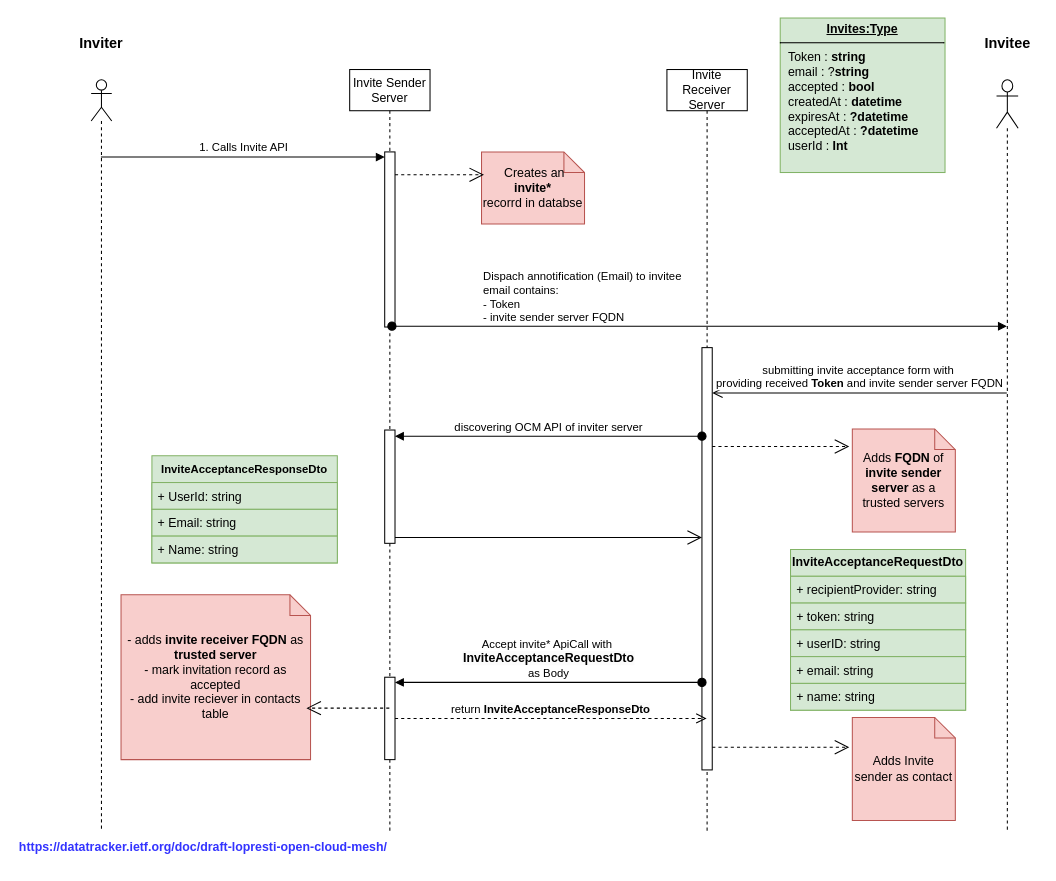
Earlier version of the draw.io diagram invite-flow.drawio (cs3org/OCM-API). Source tidied: cells renumbered, new cells numbered last; positions are measured from the earlier drawing's top-left corner, leaving out a move shared by most shapes. Both pictures are drawn from the tidied source at 103%, with x=0, y=0 at pixel (18, 18).
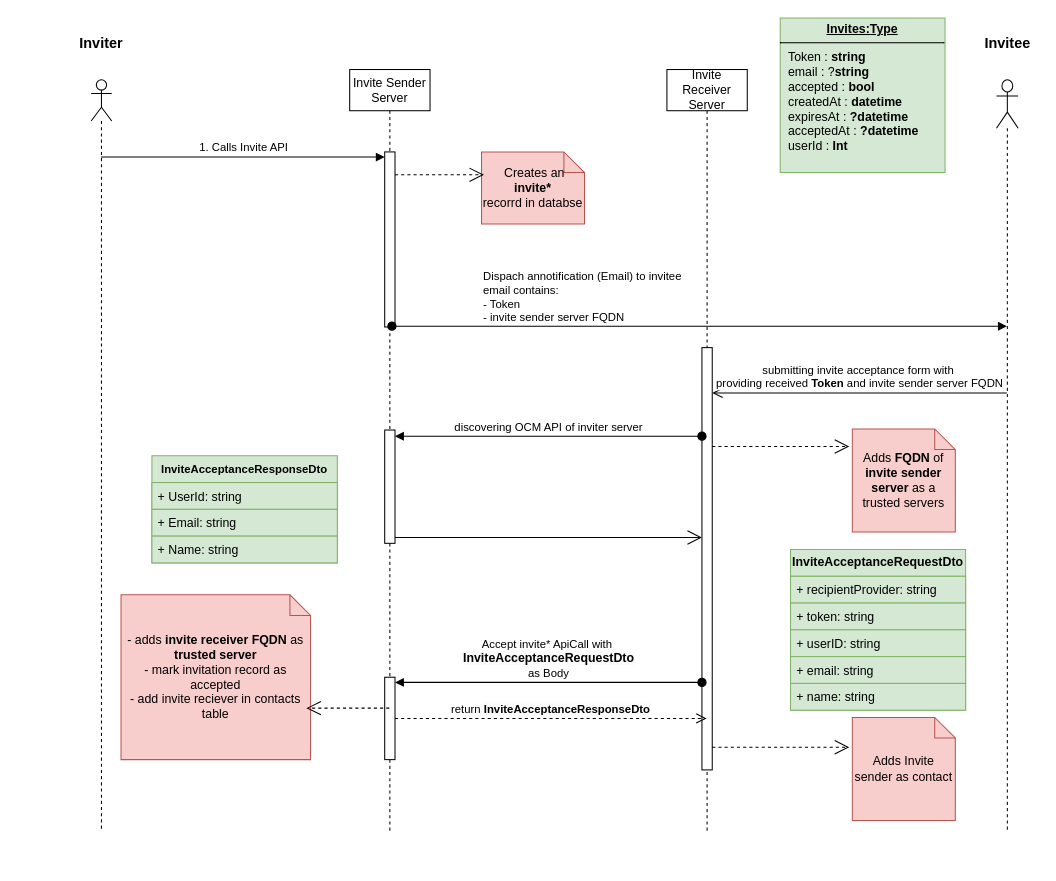
Above is the later version.

Commit message (it also covers changes not shown here):
remove link from diagram

The edit, as a diff of the source:
```diff
@@
-    <mxCell id="31" value="&lt;b&gt;&lt;font color=&quot;#3333ff&quot;&gt;https://datatracker.ietf.org/doc/draft-lopresti-open-cloud-mesh/&lt;/font&gt;&lt;/b&gt;" style="text;html=1;align=center;verticalAlign=middle;whiteSpace=wrap;rounded=0;" parent="1" vertex="1">
-      <mxGeometry y="790" width="360" height="30" as="geometry" />
-    </mxCell>
```
